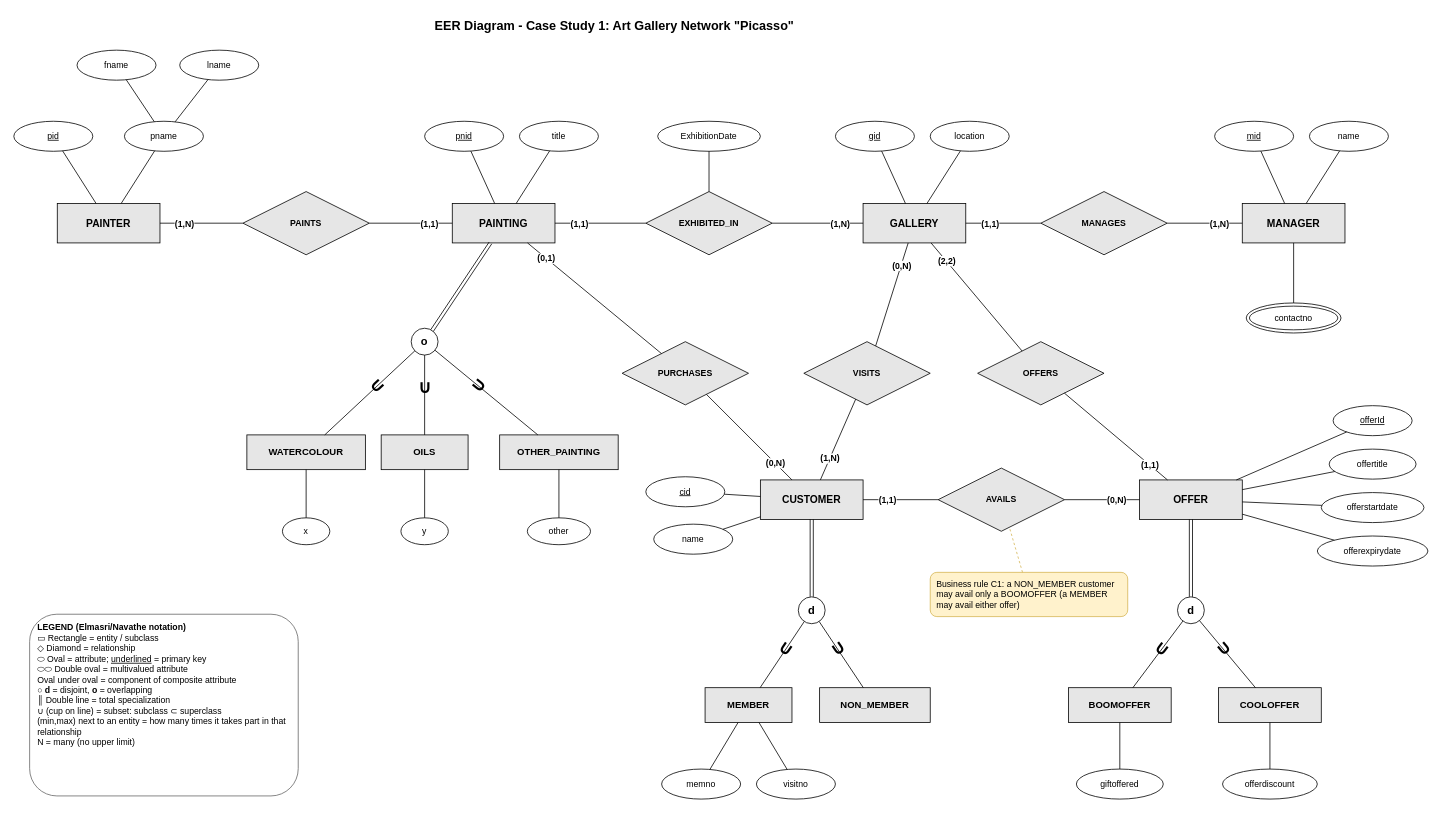
Before: db-assignment-02/case-study-1/case-study-1.drawio in ahmsaeed0967/Tech-Shelve, a draw.io diagram. Source tidied: cells renumbered, new cells numbered last; positions are measured from the earlier drawing's top-left corner, leaving out a move shared by most shapes. Both pictures are drawn from the tidied source at 79%, with x=0, y=0 at pixel (13, 13).
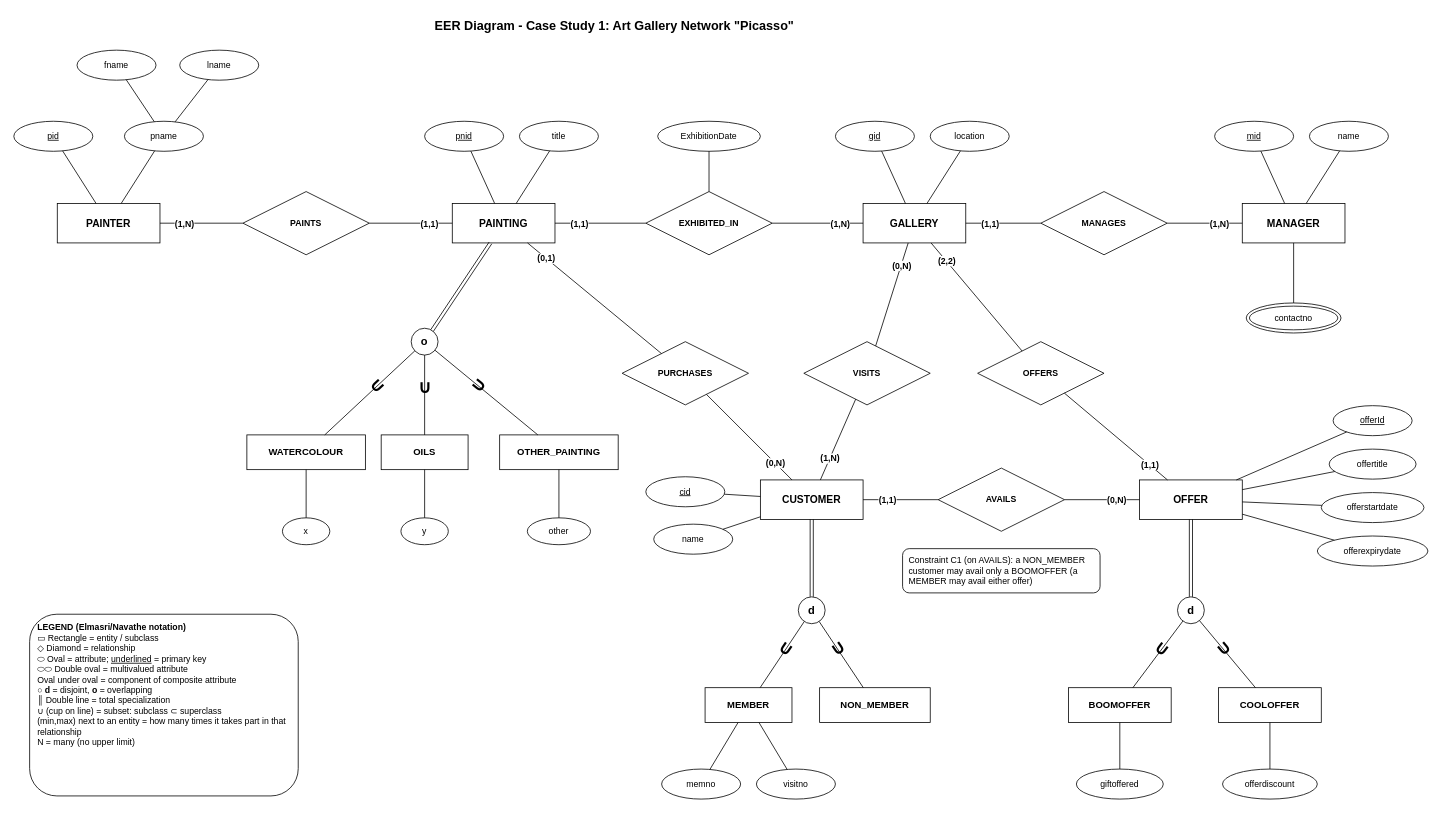
Above is the later version.

Commit message (it also covers changes not shown here):
Case Study 1: black-and-white diagram, 8A mapping, Word deliverables

Change to the diagram source:
```diff
@@
-    <mxCell id="2" value="PAINTER" style="rounded=0;whiteSpace=wrap;html=1;fillColor=#e6e6e6;fontStyle=1;fontSize=13;" parent="1" vertex="1">
+    <mxCell id="2" value="PAINTER" style="rounded=0;whiteSpace=wrap;html=1;fillColor=#ffffff;fontStyle=1;fontSize=13;" parent="1" vertex="1">
       <mxGeometry x="55" y="240" width="130" height="50" as="geometry" />
     </mxCell>
-    <mxCell id="3" value="PAINTING" style="rounded=0;whiteSpace=wrap;html=1;fillColor=#e6e6e6;fontStyle=1;fontSize=13;" parent="1" vertex="1">
+    <mxCell id="3" value="PAINTING" style="rounded=0;whiteSpace=wrap;html=1;fillColor=#ffffff;fontStyle=1;fontSize=13;" parent="1" vertex="1">
       <mxGeometry x="555" y="240" width="130" height="50" as="geometry" />
     </mxCell>
-    <mxCell id="4" value="GALLERY" style="rounded=0;whiteSpace=wrap;html=1;fillColor=#e6e6e6;fontStyle=1;fontSize=13;" parent="1" vertex="1">
+    <mxCell id="4" value="GALLERY" style="rounded=0;whiteSpace=wrap;html=1;fillColor=#ffffff;fontStyle=1;fontSize=13;" parent="1" vertex="1">
       <mxGeometry x="1075" y="240" width="130" height="50" as="geometry" />
     </mxCell>
-    <mxCell id="5" value="MANAGER" style="rounded=0;whiteSpace=wrap;html=1;fillColor=#e6e6e6;fontStyle=1;fontSize=13;" parent="1" vertex="1">
+    <mxCell id="5" value="MANAGER" style="rounded=0;whiteSpace=wrap;html=1;fillColor=#ffffff;fontStyle=1;fontSize=13;" parent="1" vertex="1">
       <mxGeometry x="1555" y="240" width="130" height="50" as="geometry" />
     </mxCell>
-    <mxCell id="6" value="CUSTOMER" style="rounded=0;whiteSpace=wrap;html=1;fillColor=#e6e6e6;fontStyle=1;fontSize=13;" parent="1" vertex="1">
+    <mxCell id="6" value="CUSTOMER" style="rounded=0;whiteSpace=wrap;html=1;fillColor=#ffffff;fontStyle=1;fontSize=13;" parent="1" vertex="1">
       <mxGeometry x="945" y="590" width="130" height="50" as="geometry" />
     </mxCell>
-    <mxCell id="7" value="OFFER" style="rounded=0;whiteSpace=wrap;html=1;fillColor=#e6e6e6;fontStyle=1;fontSize=13;" parent="1" vertex="1">
+    <mxCell id="7" value="OFFER" style="rounded=0;whiteSpace=wrap;html=1;fillColor=#ffffff;fontStyle=1;fontSize=13;" parent="1" vertex="1">
       <mxGeometry x="1425" y="590" width="130" height="50" as="geometry" />
     </mxCell>
-    <mxCell id="8" value="PAINTS" style="rhombus;whiteSpace=wrap;html=1;fillColor=#e6e6e6;fontStyle=1;fontSize=11;" parent="1" vertex="1">
+    <mxCell id="8" value="PAINTS" style="rhombus;whiteSpace=wrap;html=1;fillColor=#ffffff;fontStyle=1;fontSize=11;" parent="1" vertex="1">
       <mxGeometry x="290" y="225" width="160" height="80" as="geometry" />
     </mxCell>
-    <mxCell id="9" value="EXHIBITED_IN" style="rhombus;whiteSpace=wrap;html=1;fillColor=#e6e6e6;fontStyle=1;fontSize=11;" parent="1" vertex="1">
+    <mxCell id="9" value="EXHIBITED_IN" style="rhombus;whiteSpace=wrap;html=1;fillColor=#ffffff;fontStyle=1;fontSize=11;" parent="1" vertex="1">
       <mxGeometry x="800" y="225" width="160" height="80" as="geometry" />
     </mxCell>
-    <mxCell id="10" value="MANAGES" style="rhombus;whiteSpace=wrap;html=1;fillColor=#e6e6e6;fontStyle=1;fontSize=11;" parent="1" vertex="1">
+    <mxCell id="10" value="MANAGES" style="rhombus;whiteSpace=wrap;html=1;fillColor=#ffffff;fontStyle=1;fontSize=11;" parent="1" vertex="1">
       <mxGeometry x="1300" y="225" width="160" height="80" as="geometry" />
     </mxCell>
-    <mxCell id="11" value="PURCHASES" style="rhombus;whiteSpace=wrap;html=1;fillColor=#e6e6e6;fontStyle=1;fontSize=11;" parent="1" vertex="1">
+    <mxCell id="11" value="PURCHASES" style="rhombus;whiteSpace=wrap;html=1;fillColor=#ffffff;fontStyle=1;fontSize=11;" parent="1" vertex="1">
       <mxGeometry x="770" y="415" width="160" height="80" as="geometry" />
     </mxCell>
-    <mxCell id="12" value="VISITS" style="rhombus;whiteSpace=wrap;html=1;fillColor=#e6e6e6;fontStyle=1;fontSize=11;" parent="1" vertex="1">
+    <mxCell id="12" value="VISITS" style="rhombus;whiteSpace=wrap;html=1;fillColor=#ffffff;fontStyle=1;fontSize=11;" parent="1" vertex="1">
       <mxGeometry x="1000" y="415" width="160" height="80" as="geometry" />
     </mxCell>
-    <mxCell id="13" value="OFFERS" style="rhombus;whiteSpace=wrap;html=1;fillColor=#e6e6e6;fontStyle=1;fontSize=11;" parent="1" vertex="1">
+    <mxCell id="13" value="OFFERS" style="rhombus;whiteSpace=wrap;html=1;fillColor=#ffffff;fontStyle=1;fontSize=11;" parent="1" vertex="1">
       <mxGeometry x="1220" y="415" width="160" height="80" as="geometry" />
     </mxCell>
-    <mxCell id="14" value="AVAILS" style="rhombus;whiteSpace=wrap;html=1;fillColor=#e6e6e6;fontStyle=1;fontSize=11;" parent="1" vertex="1">
+    <mxCell id="14" value="AVAILS" style="rhombus;whiteSpace=wrap;html=1;fillColor=#ffffff;fontStyle=1;fontSize=11;" parent="1" vertex="1">
       <mxGeometry x="1170" y="575" width="160" height="80" as="geometry" />
     </mxCell>
@@
-    <mxCell id="18" value="WATERCOLOUR" style="rounded=0;whiteSpace=wrap;html=1;fillColor=#e6e6e6;fontStyle=1;fontSize=12;" parent="1" vertex="1">
+    <mxCell id="18" value="WATERCOLOUR" style="rounded=0;whiteSpace=wrap;html=1;fillColor=#ffffff;fontStyle=1;fontSize=12;" parent="1" vertex="1">
       <mxGeometry x="295" y="533" width="150" height="44" as="geometry" />
     </mxCell>
-    <mxCell id="19" value="OILS" style="rounded=0;whiteSpace=wrap;html=1;fillColor=#e6e6e6;fontStyle=1;fontSize=12;" parent="1" vertex="1">
+    <mxCell id="19" value="OILS" style="rounded=0;whiteSpace=wrap;html=1;fillColor=#ffffff;fontStyle=1;fontSize=12;" parent="1" vertex="1">
       <mxGeometry x="465" y="533" width="110" height="44" as="geometry" />
     </mxCell>
-    <mxCell id="20" value="OTHER_PAINTING" style="rounded=0;whiteSpace=wrap;html=1;fillColor=#e6e6e6;fontStyle=1;fontSize=12;" parent="1" vertex="1">
+    <mxCell id="20" value="OTHER_PAINTING" style="rounded=0;whiteSpace=wrap;html=1;fillColor=#ffffff;fontStyle=1;fontSize=12;" parent="1" vertex="1">
       <mxGeometry x="615" y="533" width="150" height="44" as="geometry" />
     </mxCell>
-    <mxCell id="21" value="MEMBER" style="rounded=0;whiteSpace=wrap;html=1;fillColor=#e6e6e6;fontStyle=1;fontSize=12;" parent="1" vertex="1">
+    <mxCell id="21" value="MEMBER" style="rounded=0;whiteSpace=wrap;html=1;fillColor=#ffffff;fontStyle=1;fontSize=12;" parent="1" vertex="1">
       <mxGeometry x="875" y="853" width="110" height="44" as="geometry" />
     </mxCell>
-    <mxCell id="22" value="NON_MEMBER" style="rounded=0;whiteSpace=wrap;html=1;fillColor=#e6e6e6;fontStyle=1;fontSize=12;" parent="1" vertex="1">
+    <mxCell id="22" value="NON_MEMBER" style="rounded=0;whiteSpace=wrap;html=1;fillColor=#ffffff;fontStyle=1;fontSize=12;" parent="1" vertex="1">
       <mxGeometry x="1020" y="853" width="140" height="44" as="geometry" />
     </mxCell>
-    <mxCell id="23" value="BOOMOFFER" style="rounded=0;whiteSpace=wrap;html=1;fillColor=#e6e6e6;fontStyle=1;fontSize=12;" parent="1" vertex="1">
+    <mxCell id="23" value="BOOMOFFER" style="rounded=0;whiteSpace=wrap;html=1;fillColor=#ffffff;fontStyle=1;fontSize=12;" parent="1" vertex="1">
       <mxGeometry x="1335" y="853" width="130" height="44" as="geometry" />
     </mxCell>
-    <mxCell id="24" value="COOLOFFER" style="rounded=0;whiteSpace=wrap;html=1;fillColor=#e6e6e6;fontStyle=1;fontSize=12;" parent="1" vertex="1">
+    <mxCell id="24" value="COOLOFFER" style="rounded=0;whiteSpace=wrap;html=1;fillColor=#ffffff;fontStyle=1;fontSize=12;" parent="1" vertex="1">
       <mxGeometry x="1525" y="853" width="130" height="44" as="geometry" />
     </mxCell>
@@
-    <mxCell id="51" value="Business rule C1: a NON_MEMBER customer may avail only a BOOMOFFER (a MEMBER may avail either offer)" style="rounded=1;whiteSpace=wrap;html=1;fillColor=#fff2cc;strokeColor=#d6b656;fontSize=11;align=left;spacingLeft=6;spacingRight=6;" parent="1" vertex="1">
-      <mxGeometry x="1160" y="707" width="250" height="56" as="geometry" />
+    <mxCell id="51" value="Constraint C1 (on AVAILS): a NON_MEMBER customer may avail only a BOOMOFFER (a MEMBER may avail either offer)" style="rounded=1;whiteSpace=wrap;html=1;fillColor=#ffffff;strokeColor=#000000;fontSize=11;align=left;spacingLeft=6;spacingRight=6;" parent="1" vertex="1">
+      <mxGeometry x="1125" y="677" width="250" height="56" as="geometry" />
     </mxCell>
-    <mxCell id="52" value="&lt;b&gt;LEGEND (Elmasri/Navathe notation)&lt;/b&gt;&lt;br&gt;&amp;#9645; Rectangle = entity / subclass&lt;br&gt;&amp;#9671; Diamond = relationship&lt;br&gt;&amp;#11053; Oval = attribute; &lt;u&gt;underlined&lt;/u&gt; = primary key&lt;br&gt;&amp;#11053;&amp;#11053; Double oval = multivalued attribute&lt;br&gt;Oval under oval = component of composite attribute&lt;br&gt;&amp;#9675; &lt;b&gt;d&lt;/b&gt; = disjoint, &lt;b&gt;o&lt;/b&gt; = overlapping&lt;br&gt;&amp;#9553; Double line = total specialization&lt;br&gt;&amp;#8746; (cup on line) = subset: subclass &amp;#8834; superclass&lt;br&gt;(min,max) next to an entity = how many times it takes part in that relationship&lt;br&gt;N = many (no upper limit)" style="rounded=1;whiteSpace=wrap;html=1;fillColor=#ffffff;strokeColor=#666666;fontSize=11;align=left;verticalAlign=top;spacingLeft=8;spacingTop=4;spacingRight=6;" parent="1" vertex="1">
+    <mxCell id="52" value="&lt;b&gt;LEGEND (Elmasri/Navathe notation)&lt;/b&gt;&lt;br&gt;&amp;#9645; Rectangle = entity / subclass&lt;br&gt;&amp;#9671; Diamond = relationship&lt;br&gt;&amp;#11053; Oval = attribute; &lt;u&gt;underlined&lt;/u&gt; = primary key&lt;br&gt;&amp;#11053;&amp;#11053; Double oval = multivalued attribute&lt;br&gt;Oval under oval = component of composite attribute&lt;br&gt;&amp;#9675; &lt;b&gt;d&lt;/b&gt; = disjoint, &lt;b&gt;o&lt;/b&gt; = overlapping&lt;br&gt;&amp;#9553; Double line = total specialization&lt;br&gt;&amp;#8746; (cup on line) = subset: subclass &amp;#8834; superclass&lt;br&gt;(min,max) next to an entity = how many times it takes part in that relationship&lt;br&gt;N = many (no upper limit)" style="rounded=1;whiteSpace=wrap;html=1;fillColor=#ffffff;strokeColor=#000000;fontSize=11;align=left;verticalAlign=top;spacingLeft=8;spacingTop=4;spacingRight=6;" parent="1" vertex="1">
       <mxGeometry x="20" y="760" width="340" height="230" as="geometry" />
     </mxCell>
@@
-    <mxCell id="116" style="endArrow=none;html=1;dashed=1;strokeColor=#d6b656;" parent="1" edge="1" source="51" target="14">
-      <mxGeometry relative="1" as="geometry" />
-    </mxCell>
```
